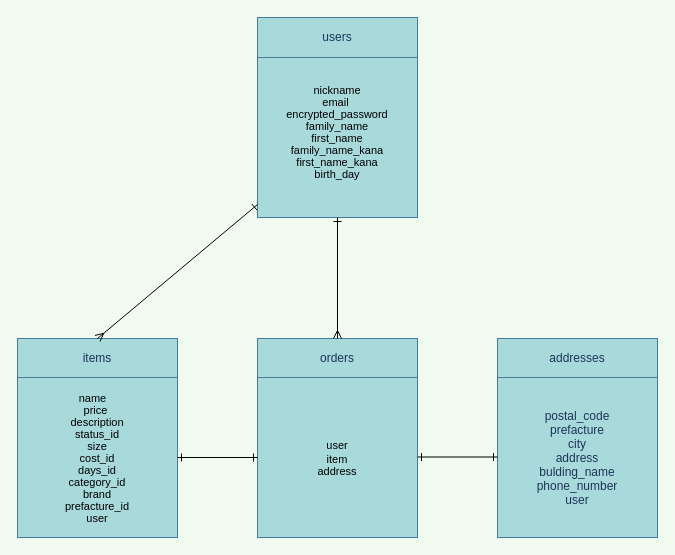
This is furima.dio from t-ichimura-sati0920/furima-31994, a draw.io file, before an edit. Source tidied: cells renumbered, new cells numbered last; positions are measured from the earlier drawing's top-left corner, leaving out a move shared by most shapes. Both pictures are drawn from the tidied source at 100%, with x=0, y=0 at pixel (17, 17).
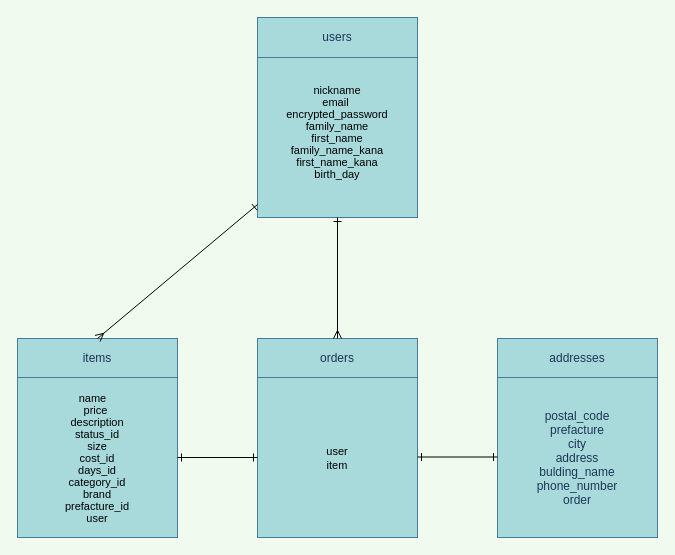
The same page after the edit.

Change to the diagram source:
```diff
@@
 <mxGraphModel background="#F1FAEE">
   <root>
     <mxCell id="0" />
     <mxCell id="1" parent="0" />
     <mxCell id="2" value="&lt;p class=&quot;p1&quot; style=&quot;margin: 0px ; font-stretch: normal ; font-size: 11px ; line-height: normal ; color: rgb(0 , 0 , 0)&quot;&gt;&lt;span class=&quot;s1&quot;&gt;nickname&lt;/span&gt;&lt;/p&gt;&lt;p class=&quot;p1&quot; style=&quot;margin: 0px ; font-stretch: normal ; font-size: 11px ; line-height: normal ; color: rgb(0 , 0 , 0)&quot;&gt;&lt;span class=&quot;s1&quot;&gt;&lt;/span&gt;&lt;/p&gt;&lt;p class=&quot;p1&quot; style=&quot;margin: 0px ; font-stretch: normal ; font-size: 11px ; line-height: normal ; color: rgb(0 , 0 , 0)&quot;&gt;&lt;span class=&quot;s1&quot;&gt;email&lt;span class=&quot;Apple-converted-space&quot;&gt;&amp;nbsp;&lt;/span&gt;&lt;/span&gt;&lt;/p&gt;&lt;p class=&quot;p1&quot; style=&quot;margin: 0px ; font-stretch: normal ; font-size: 11px ; line-height: normal ; color: rgb(0 , 0 , 0)&quot;&gt;&lt;span class=&quot;s1&quot;&gt;&lt;span class=&quot;Apple-converted-space&quot;&gt;encrypted_password&lt;/span&gt;&lt;/span&gt;&lt;/p&gt;&lt;p class=&quot;p1&quot; style=&quot;margin: 0px ; font-stretch: normal ; font-size: 11px ; line-height: normal ; color: rgb(0 , 0 , 0)&quot;&gt;&lt;span class=&quot;s1&quot;&gt;&lt;/span&gt;&lt;/p&gt;&lt;p class=&quot;p1&quot; style=&quot;margin: 0px ; font-stretch: normal ; font-size: 11px ; line-height: normal ; color: rgb(0 , 0 , 0)&quot;&gt;&lt;span class=&quot;s1&quot;&gt;family_name&lt;/span&gt;&lt;/p&gt;&lt;p class=&quot;p1&quot; style=&quot;margin: 0px ; font-stretch: normal ; font-size: 11px ; line-height: normal ; color: rgb(0 , 0 , 0)&quot;&gt;&lt;span class=&quot;s1&quot;&gt;&lt;/span&gt;&lt;/p&gt;&lt;p class=&quot;p1&quot; style=&quot;margin: 0px ; font-stretch: normal ; font-size: 11px ; line-height: normal ; color: rgb(0 , 0 , 0)&quot;&gt;&lt;span class=&quot;s1&quot;&gt;first_name&lt;/span&gt;&lt;/p&gt;&lt;p class=&quot;p1&quot; style=&quot;margin: 0px ; font-stretch: normal ; font-size: 11px ; line-height: normal ; color: rgb(0 , 0 , 0)&quot;&gt;&lt;span class=&quot;s1&quot;&gt;family_name_kana&lt;/span&gt;&lt;/p&gt;&lt;p class=&quot;p1&quot; style=&quot;margin: 0px ; font-stretch: normal ; font-size: 11px ; line-height: normal ; color: rgb(0 , 0 , 0)&quot;&gt;&lt;span class=&quot;s1&quot;&gt;&lt;/span&gt;&lt;/p&gt;&lt;p class=&quot;p1&quot; style=&quot;margin: 0px ; font-stretch: normal ; font-size: 11px ; line-height: normal ; color: rgb(0 , 0 , 0)&quot;&gt;&lt;span class=&quot;s1&quot;&gt;first_name_kana&lt;/span&gt;&lt;/p&gt;&lt;p class=&quot;p1&quot; style=&quot;margin: 0px ; font-stretch: normal ; font-size: 11px ; line-height: normal ; color: rgb(0 , 0 , 0)&quot;&gt;&lt;span class=&quot;s1&quot;&gt;&lt;/span&gt;&lt;/p&gt;&lt;p class=&quot;p1&quot; style=&quot;margin: 0px ; font-stretch: normal ; font-size: 11px ; line-height: normal ; color: rgb(0 , 0 , 0)&quot;&gt;&lt;span class=&quot;s1&quot;&gt;birth_day&lt;/span&gt;&lt;/p&gt;&lt;p class=&quot;p1&quot; style=&quot;margin: 0px ; font-stretch: normal ; font-size: 11px ; line-height: normal ; color: rgb(0 , 0 , 0)&quot;&gt;&lt;span class=&quot;s1&quot;&gt;&lt;br&gt;&lt;/span&gt;&lt;/p&gt;" style="whiteSpace=wrap;html=1;rounded=0;sketch=0;fillColor=#A8DADC;strokeColor=#457B9D;fontColor=#1D3557;" parent="1" vertex="1">
       <mxGeometry x="240" y="40" width="160" height="160" as="geometry" />
     </mxCell>
     <mxCell id="3" value="orders" style="rounded=0;whiteSpace=wrap;html=1;sketch=0;fillColor=#A8DADC;strokeColor=#457B9D;fontColor=#1D3557;" parent="1" vertex="1">
       <mxGeometry x="240" y="321" width="160" height="39" as="geometry" />
     </mxCell>
-    <mxCell id="4" value="&lt;span style=&quot;color: rgb(0 , 0 , 0) ; font-size: 11px&quot;&gt;user&lt;/span&gt;&lt;br&gt;&lt;p class=&quot;p1&quot; style=&quot;margin: 0px ; font-stretch: normal ; font-size: 11px ; line-height: normal ; color: rgb(0 , 0 , 0)&quot;&gt;&lt;span class=&quot;s1&quot;&gt;item&lt;/span&gt;&lt;/p&gt;&lt;p class=&quot;p1&quot; style=&quot;margin: 0px ; font-stretch: normal ; font-size: 11px ; line-height: normal ; color: rgb(0 , 0 , 0)&quot;&gt;&lt;span class=&quot;s1&quot;&gt;address&lt;/span&gt;&lt;/p&gt;" style="whiteSpace=wrap;html=1;rounded=0;sketch=0;fillColor=#A8DADC;strokeColor=#457B9D;fontColor=#1D3557;" parent="1" vertex="1">
+    <mxCell id="4" value="&lt;span style=&quot;color: rgb(0 , 0 , 0) ; font-size: 11px&quot;&gt;user&lt;/span&gt;&lt;br&gt;&lt;p class=&quot;p1&quot; style=&quot;margin: 0px ; font-stretch: normal ; font-size: 11px ; line-height: normal ; color: rgb(0 , 0 , 0)&quot;&gt;&lt;span class=&quot;s1&quot;&gt;item&lt;/span&gt;&lt;/p&gt;" style="whiteSpace=wrap;html=1;rounded=0;sketch=0;fillColor=#A8DADC;strokeColor=#457B9D;fontColor=#1D3557;" parent="1" vertex="1">
       <mxGeometry x="240" y="360" width="160" height="160" as="geometry" />
     </mxCell>
     <mxCell id="5" value="items" style="rounded=0;whiteSpace=wrap;html=1;sketch=0;fillColor=#A8DADC;strokeColor=#457B9D;fontColor=#1D3557;" parent="1" vertex="1">
       <mxGeometry y="321" width="160" height="40" as="geometry" />
     </mxCell>
     <mxCell id="6" value="users" style="rounded=0;whiteSpace=wrap;html=1;sketch=0;fillColor=#A8DADC;strokeColor=#457B9D;fontColor=#1D3557;" parent="1" vertex="1">
       <mxGeometry x="240" width="160" height="40" as="geometry" />
     </mxCell>
-    <mxCell id="7" value="&lt;p class=&quot;p1&quot; style=&quot;margin: 0px ; font-stretch: normal ; font-size: 11px ; line-height: normal ; color: rgb(0 , 0 , 0)&quot;&gt;&lt;span style=&quot;color: rgb(29 , 53 , 87) ; font-size: 12px&quot;&gt;postal_code&lt;/span&gt;&lt;br style=&quot;color: rgb(29 , 53 , 87) ; font-size: 12px&quot;&gt;&lt;span style=&quot;color: rgb(29 , 53 , 87) ; font-size: 12px&quot;&gt;prefacture&lt;/span&gt;&lt;br style=&quot;color: rgb(29 , 53 , 87) ; font-size: 12px&quot;&gt;&lt;span style=&quot;color: rgb(29 , 53 , 87) ; font-size: 12px&quot;&gt;city&lt;/span&gt;&lt;br style=&quot;color: rgb(29 , 53 , 87) ; font-size: 12px&quot;&gt;&lt;span style=&quot;color: rgb(29 , 53 , 87) ; font-size: 12px&quot;&gt;address&lt;/span&gt;&lt;br style=&quot;color: rgb(29 , 53 , 87) ; font-size: 12px&quot;&gt;&lt;span style=&quot;color: rgb(29 , 53 , 87) ; font-size: 12px&quot;&gt;bulding_name&lt;/span&gt;&lt;br style=&quot;color: rgb(29 , 53 , 87) ; font-size: 12px&quot;&gt;&lt;span style=&quot;color: rgb(29 , 53 , 87) ; font-size: 12px&quot;&gt;phone_number&lt;/span&gt;&lt;br style=&quot;color: rgb(29 , 53 , 87) ; font-size: 12px&quot;&gt;&lt;span style=&quot;color: rgb(29 , 53 , 87) ; font-size: 12px&quot;&gt;user&lt;/span&gt;&lt;br&gt;&lt;/p&gt;" style="whiteSpace=wrap;html=1;rounded=0;sketch=0;fillColor=#A8DADC;strokeColor=#457B9D;fontColor=#1D3557;" parent="1" vertex="1">
+    <mxCell id="7" value="&lt;p class=&quot;p1&quot; style=&quot;margin: 0px ; font-stretch: normal ; line-height: normal&quot;&gt;&lt;span style=&quot;color: rgb(29 , 53 , 87) ; font-size: 12px&quot;&gt;postal_code&lt;/span&gt;&lt;br style=&quot;color: rgb(29 , 53 , 87) ; font-size: 12px&quot;&gt;&lt;span style=&quot;color: rgb(29 , 53 , 87) ; font-size: 12px&quot;&gt;prefacture&lt;/span&gt;&lt;br style=&quot;color: rgb(29 , 53 , 87) ; font-size: 12px&quot;&gt;&lt;span style=&quot;color: rgb(29 , 53 , 87) ; font-size: 12px&quot;&gt;city&lt;/span&gt;&lt;br style=&quot;color: rgb(29 , 53 , 87) ; font-size: 12px&quot;&gt;&lt;span style=&quot;color: rgb(29 , 53 , 87) ; font-size: 12px&quot;&gt;address&lt;/span&gt;&lt;br style=&quot;color: rgb(29 , 53 , 87) ; font-size: 12px&quot;&gt;&lt;span style=&quot;color: rgb(29 , 53 , 87) ; font-size: 12px&quot;&gt;bulding_name&lt;/span&gt;&lt;br style=&quot;color: rgb(29 , 53 , 87) ; font-size: 12px&quot;&gt;&lt;span style=&quot;color: rgb(29 , 53 , 87) ; font-size: 12px&quot;&gt;phone_number&lt;/span&gt;&lt;br style=&quot;color: rgb(29 , 53 , 87) ; font-size: 12px&quot;&gt;order&lt;/p&gt;" style="whiteSpace=wrap;html=1;rounded=0;sketch=0;fillColor=#A8DADC;strokeColor=#457B9D;fontColor=#1D3557;" parent="1" vertex="1">
       <mxGeometry x="480" y="360" width="160" height="160" as="geometry" />
     </mxCell>
     <mxCell id="8" value="&lt;span&gt;addresses&lt;/span&gt;" style="rounded=0;whiteSpace=wrap;html=1;sketch=0;fillColor=#A8DADC;strokeColor=#457B9D;fontColor=#1D3557;" parent="1" vertex="1">
       <mxGeometry x="480" y="321" width="160" height="39" as="geometry" />
     </mxCell>
     <mxCell id="9" value="&lt;p class=&quot;p1&quot; style=&quot;margin: 0px ; font-stretch: normal ; font-size: 11px ; line-height: normal ; color: rgb(0 , 0 , 0)&quot;&gt;&lt;span class=&quot;s1&quot;&gt;name&lt;span class=&quot;Apple-converted-space&quot;&gt;&amp;nbsp; &amp;nbsp;&lt;/span&gt;&lt;/span&gt;&lt;/p&gt;&lt;p class=&quot;p1&quot; style=&quot;margin: 0px ; font-stretch: normal ; font-size: 11px ; line-height: normal ; color: rgb(0 , 0 , 0)&quot;&gt;&lt;span class=&quot;s1&quot;&gt;&lt;span class=&quot;Apple-converted-space&quot;&gt;&lt;/span&gt;&lt;/span&gt;&lt;/p&gt;&lt;p class=&quot;p1&quot; style=&quot;margin: 0px ; font-stretch: normal ; font-size: 11px ; line-height: normal ; color: rgb(0 , 0 , 0)&quot;&gt;&lt;span class=&quot;s1&quot;&gt;price&amp;nbsp;&lt;/span&gt;&lt;/p&gt;&lt;p class=&quot;p1&quot; style=&quot;margin: 0px ; font-stretch: normal ; font-size: 11px ; line-height: normal ; color: rgb(0 , 0 , 0)&quot;&gt;&lt;span class=&quot;s1&quot;&gt;&lt;/span&gt;&lt;/p&gt;&lt;p class=&quot;p1&quot; style=&quot;margin: 0px ; font-stretch: normal ; font-size: 11px ; line-height: normal ; color: rgb(0 , 0 , 0)&quot;&gt;&lt;span class=&quot;s1&quot;&gt;description&lt;/span&gt;&lt;/p&gt;&lt;p class=&quot;p1&quot; style=&quot;margin: 0px ; font-stretch: normal ; font-size: 11px ; line-height: normal ; color: rgb(0 , 0 , 0)&quot;&gt;&lt;span class=&quot;s1&quot;&gt;&lt;/span&gt;&lt;/p&gt;&lt;p class=&quot;p1&quot; style=&quot;margin: 0px ; font-stretch: normal ; font-size: 11px ; line-height: normal ; color: rgb(0 , 0 , 0)&quot;&gt;&lt;span class=&quot;s1&quot;&gt;status_id&lt;/span&gt;&lt;/p&gt;&lt;p class=&quot;p1&quot; style=&quot;margin: 0px ; font-stretch: normal ; font-size: 11px ; line-height: normal ; color: rgb(0 , 0 , 0)&quot;&gt;&lt;span class=&quot;s1&quot;&gt;&lt;span class=&quot;Apple-converted-space&quot;&gt;size&lt;/span&gt;&lt;/span&gt;&lt;/p&gt;&lt;p class=&quot;p1&quot; style=&quot;margin: 0px ; font-stretch: normal ; font-size: 11px ; line-height: normal ; color: rgb(0 , 0 , 0)&quot;&gt;&lt;span class=&quot;s1&quot;&gt;&lt;span class=&quot;Apple-converted-space&quot;&gt;cost_id&lt;/span&gt;&lt;/span&gt;&lt;/p&gt;&lt;p class=&quot;p1&quot; style=&quot;margin: 0px ; font-stretch: normal ; font-size: 11px ; line-height: normal ; color: rgb(0 , 0 , 0)&quot;&gt;&lt;span class=&quot;s1&quot;&gt;&lt;span class=&quot;Apple-converted-space&quot;&gt;days_id&lt;/span&gt;&lt;/span&gt;&lt;/p&gt;&lt;p class=&quot;p1&quot; style=&quot;margin: 0px ; font-stretch: normal ; font-size: 11px ; line-height: normal ; color: rgb(0 , 0 , 0)&quot;&gt;&lt;span class=&quot;s1&quot;&gt;&lt;span class=&quot;Apple-converted-space&quot;&gt;category_id&lt;/span&gt;&lt;/span&gt;&lt;/p&gt;&lt;p class=&quot;p1&quot; style=&quot;margin: 0px ; font-stretch: normal ; font-size: 11px ; line-height: normal ; color: rgb(0 , 0 , 0)&quot;&gt;&lt;span class=&quot;s1&quot;&gt;&lt;span class=&quot;Apple-converted-space&quot;&gt;brand&lt;/span&gt;&lt;/span&gt;&lt;/p&gt;&lt;p class=&quot;p1&quot; style=&quot;margin: 0px ; font-stretch: normal ; font-size: 11px ; line-height: normal ; color: rgb(0 , 0 , 0)&quot;&gt;&lt;span class=&quot;s1&quot;&gt;&lt;span class=&quot;Apple-converted-space&quot;&gt;prefacture_id&lt;/span&gt;&lt;/span&gt;&lt;/p&gt;&lt;p class=&quot;p1&quot; style=&quot;margin: 0px ; font-stretch: normal ; font-size: 11px ; line-height: normal ; color: rgb(0 , 0 , 0)&quot;&gt;&lt;span class=&quot;s1&quot;&gt;&lt;span class=&quot;Apple-converted-space&quot;&gt;user&lt;/span&gt;&lt;/span&gt;&lt;/p&gt;" style="whiteSpace=wrap;html=1;rounded=0;sketch=0;fillColor=#A8DADC;strokeColor=#457B9D;fontColor=#1D3557;" parent="1" vertex="1">
       <mxGeometry y="360" width="160" height="160" as="geometry" />
     </mxCell>
     <mxCell id="10" style="endArrow=ERone;html=1;strokeColor=#000000;exitX=0.5;exitY=0;exitDx=0;exitDy=0;startArrow=ERmany;startFill=0;endFill=0;" parent="1" edge="1" source="5" target="2">
       <mxGeometry relative="1" as="geometry" />
     </mxCell>
     <mxCell id="11" style="endArrow=ERone;html=1;strokeColor=#000000;startArrow=ERmany;startFill=0;endFill=0;entryX=0.5;entryY=1;entryDx=0;entryDy=0;" parent="1" edge="1" source="3" target="2">
       <mxGeometry relative="1" as="geometry" />
     </mxCell>
     <mxCell id="12" style="endArrow=ERone;html=1;strokeColor=#000000;startArrow=ERone;startFill=0;endFill=0;exitX=0;exitY=0.5;exitDx=0;exitDy=0;" parent="1" edge="1" source="4" target="9">
       <mxGeometry relative="1" as="geometry" />
     </mxCell>
     <mxCell id="13" style="endArrow=ERone;html=1;strokeColor=#000000;startArrow=ERone;startFill=0;endFill=0;exitX=0;exitY=0.5;exitDx=0;exitDy=0;" parent="1" edge="1">
       <mxGeometry relative="1" as="geometry">
         <mxPoint x="480" y="439.5" as="sourcePoint" />
         <mxPoint x="400" y="439.5" as="targetPoint" />
       </mxGeometry>
     </mxCell>
   </root>
 </mxGraphModel>
```
